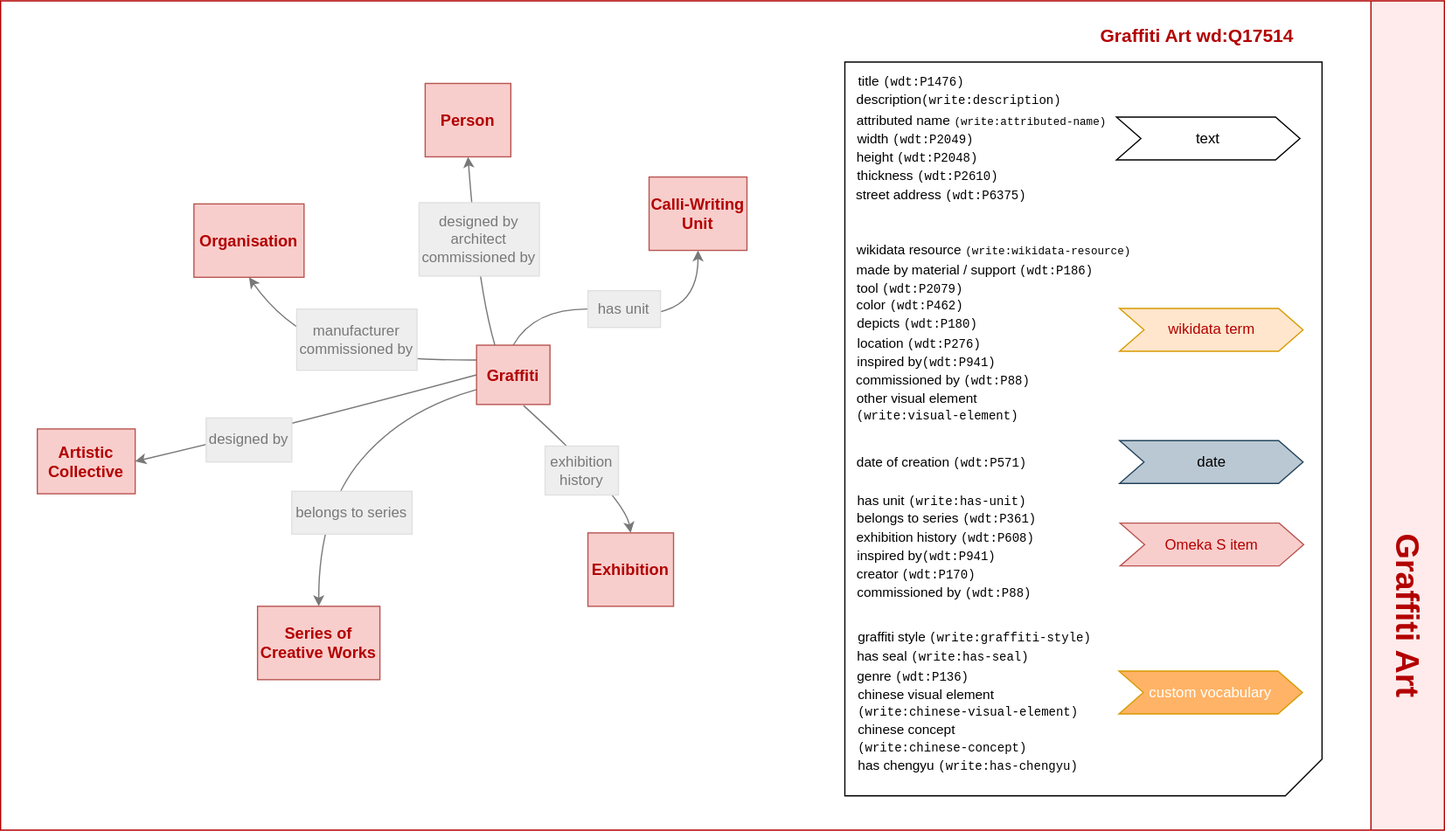
The draw.io diagram static/img/graffitiArt.svg in write-dataset/documentation, before a commit. Source tidied: cells renumbered, new cells last; positions are measured from the earlier drawing's top-left corner, leaving out a move shared by most shapes.
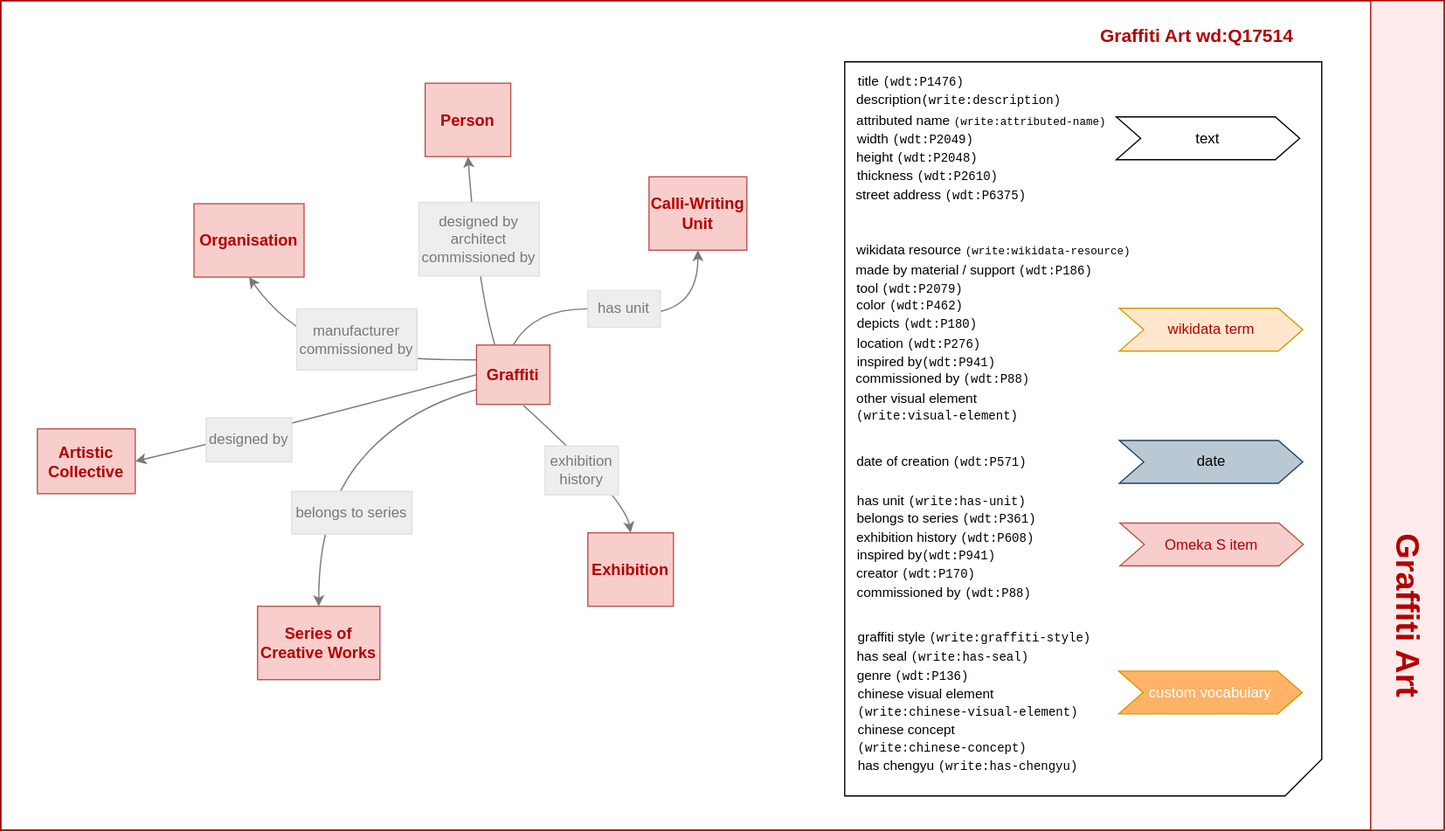
The same file after the commit.

The edit, as a diff of the source:
```diff
@@ -2,6 +2,9 @@
   <root>
     <mxCell id="0" />
     <mxCell id="1" parent="0" />
+    <mxCell id="58" style="rounded=0;whiteSpace=wrap;html=1;" parent="1" vertex="1">
+      <mxGeometry width="1180" height="678" as="geometry" />
+    </mxCell>
     <mxCell id="2" style="curved=1;endArrow=classic;html=1;rounded=0;entryX=1;entryY=0.5;entryDx=0;entryDy=0;strokeColor=#787878;exitX=0;exitY=0.5;exitDx=0;exitDy=0;" parent="1" edge="1" source="12" target="44">
       <mxGeometry relative="1" as="geometry">
         <Array as="points">
```
